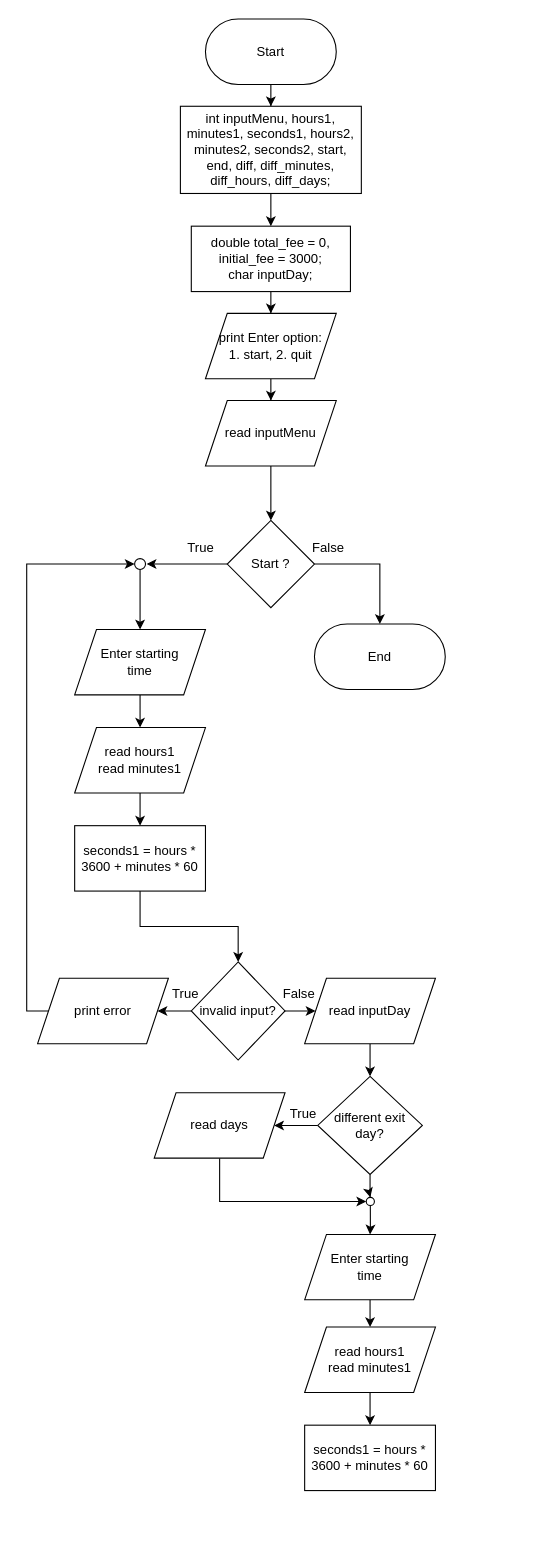
The draw.io diagram tugas 2/AuliaAnugrahAziz.drawio in auli-aziz/vtol-projects, before the edit. Source tidied: cells renumbered, new cells numbered last; positions are measured from the earlier drawing's top-left corner, leaving out a move shared by most shapes. Both pictures are drawn from the tidied source at 109%, with x=0, y=0 at pixel (26, 19).
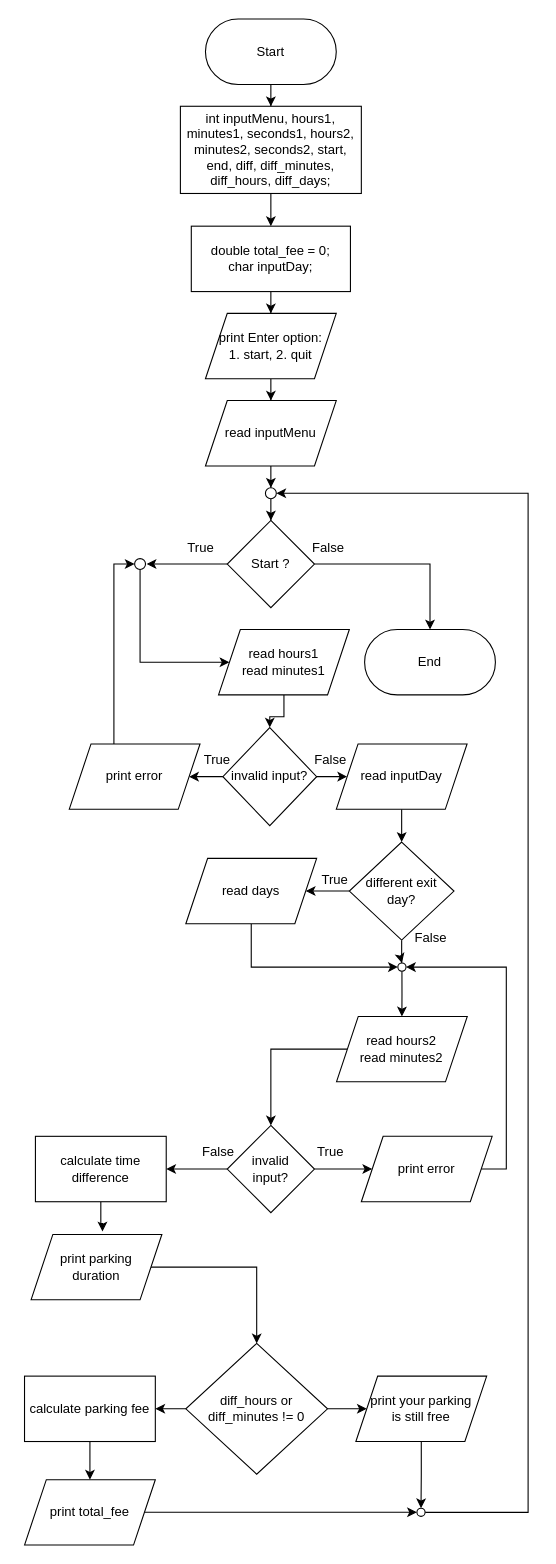
The same diagram, later.

The change refers to these unchanged cells:
```xml
<mxCell id="12" value="Start ?" style="rhombus;whiteSpace=wrap;html=1;" parent="1" vertex="1">
  <mxGeometry x="184" y="460" width="80" height="80" as="geometry" />
</mxCell>
<mxCell id="15" value="read inputMenu" style="shape=parallelogram;perimeter=parallelogramPerimeter;whiteSpace=wrap;html=1;fixedSize=1;" parent="1" vertex="1">
  <mxGeometry x="164" y="350" width="120" height="60" as="geometry" />
</mxCell>
<mxCell id="26" style="ellipse;whiteSpace=wrap;html=1;" parent="1" vertex="1">
  <mxGeometry x="99" y="495" width="10" height="10" as="geometry" />
</mxCell>
```

Change to the diagram source:
```diff
@@
-    <mxCell id="5" value="double total_fee = 0, initial_fee = 3000;&lt;br&gt;char inputDay;" style="rounded=0;whiteSpace=wrap;html=1;" parent="1" vertex="1">
+    <mxCell id="5" value="double total_fee = 0;&lt;br&gt;char inputDay;" style="rounded=0;whiteSpace=wrap;html=1;" parent="1" vertex="1">
       <mxGeometry x="151" y="190" width="146" height="60" as="geometry" />
     </mxCell>
@@
     <mxCell id="10" style="edgeStyle=orthogonalEdgeStyle;rounded=0;jettySize=auto;html=1;entryX=0.5;entryY=0;entryDx=0;entryDy=0;" parent="1" edge="1" source="12" target="13">
       <mxGeometry relative="1" as="geometry">
         <Array as="points">
-          <mxPoint x="324" y="500" />
+          <mxPoint x="370" y="500" />
         </Array>
       </mxGeometry>
     </mxCell>
@@
     <mxCell id="13" value="End" style="rounded=1;whiteSpace=wrap;html=1;arcSize=50;" parent="1" vertex="1">
-      <mxGeometry x="264" y="555" width="120" height="60" as="geometry" />
+      <mxGeometry x="310" y="560" width="120" height="60" as="geometry" />
     </mxCell>
-    <mxCell id="14" style="edgeStyle=orthogonalEdgeStyle;rounded=0;jettySize=auto;html=1;" parent="1" edge="1" source="15" target="12">
-      <mxGeometry relative="1" as="geometry" />
-    </mxCell>
+    <mxCell id="48" style="edgeStyle=orthogonalEdgeStyle;rounded=0;jettySize=auto;html=1;entryX=0.5;entryY=0;entryDx=0;entryDy=0;" parent="1" edge="1" source="15" target="68">
+      <mxGeometry relative="1" as="geometry" />
+    </mxCell>
@@
-    <mxCell id="16" style="edgeStyle=orthogonalEdgeStyle;rounded=0;jettySize=auto;html=1;entryX=0.5;entryY=0;entryDx=0;entryDy=0;" parent="1" edge="1" source="17" target="19">
-      <mxGeometry relative="1" as="geometry" />
-    </mxCell>
-    <mxCell id="17" value="Enter starting &lt;br&gt;time" style="shape=parallelogram;perimeter=parallelogramPerimeter;whiteSpace=wrap;html=1;fixedSize=1;" parent="1" vertex="1">
-      <mxGeometry x="44" y="560" width="120" height="60" as="geometry" />
-    </mxCell>
-    <mxCell id="18" style="edgeStyle=orthogonalEdgeStyle;rounded=0;jettySize=auto;html=1;entryX=0.5;entryY=0;entryDx=0;entryDy=0;" parent="1" edge="1" source="19" target="21">
-      <mxGeometry relative="1" as="geometry" />
-    </mxCell>
+    <mxCell id="49" style="edgeStyle=orthogonalEdgeStyle;rounded=0;jettySize=auto;html=1;entryX=0.5;entryY=0;entryDx=0;entryDy=0;" parent="1" edge="1" source="19" target="24">
+      <mxGeometry relative="1" as="geometry" />
+    </mxCell>
     <mxCell id="19" value="read hours1&lt;br&gt;read minutes1" style="shape=parallelogram;perimeter=parallelogramPerimeter;whiteSpace=wrap;html=1;fixedSize=1;" parent="1" vertex="1">
-      <mxGeometry x="44" y="650" width="120" height="60" as="geometry" />
+      <mxGeometry x="176" y="560" width="120" height="60" as="geometry" />
     </mxCell>
-    <mxCell id="20" style="edgeStyle=orthogonalEdgeStyle;rounded=0;jettySize=auto;html=1;entryX=0.5;entryY=0;entryDx=0;entryDy=0;" parent="1" edge="1" source="21" target="24">
-      <mxGeometry relative="1" as="geometry" />
-    </mxCell>
-    <mxCell id="21" value="seconds1 = hours * 3600 + minutes * 60" style="rounded=0;whiteSpace=wrap;html=1;" parent="1" vertex="1">
-      <mxGeometry x="44" y="740" width="120" height="60" as="geometry" />
-    </mxCell>
@@
     <mxCell id="24" value="invalid input?" style="rhombus;whiteSpace=wrap;html=1;" parent="1" vertex="1">
-      <mxGeometry x="151" y="865" width="86" height="90" as="geometry" />
+      <mxGeometry x="180" y="650" width="86" height="90" as="geometry" />
     </mxCell>
-    <mxCell id="25" style="edgeStyle=orthogonalEdgeStyle;rounded=0;jettySize=auto;html=1;entryX=0.5;entryY=0;entryDx=0;entryDy=0;" parent="1" edge="1" source="26" target="17">
-      <mxGeometry relative="1" as="geometry" />
+    <mxCell id="25" style="edgeStyle=orthogonalEdgeStyle;rounded=0;jettySize=auto;html=1;entryX=0;entryY=0.5;entryDx=0;entryDy=0;" parent="1" edge="1" source="26" target="19">
+      <mxGeometry relative="1" as="geometry">
+        <Array as="points">
+          <mxPoint x="104" y="590" />
+        </Array>
+      </mxGeometry>
     </mxCell>
@@
     <mxCell id="29" value="True" style="text;html=1;strokeColor=none;fillColor=none;align=center;verticalAlign=middle;whiteSpace=wrap;rounded=0;" parent="1" vertex="1">
-      <mxGeometry x="116" y="880" width="60" height="30" as="geometry" />
+      <mxGeometry x="145" y="665" width="60" height="30" as="geometry" />
     </mxCell>
     <mxCell id="30" style="edgeStyle=orthogonalEdgeStyle;rounded=0;jettySize=auto;html=1;entryX=0;entryY=0.5;entryDx=0;entryDy=0;" parent="1" edge="1" source="31" target="26">
       <mxGeometry relative="1" as="geometry">
         <Array as="points">
-          <mxPoint y="910" />
-          <mxPoint y="500" />
+          <mxPoint x="80" y="500" />
         </Array>
       </mxGeometry>
     </mxCell>
     <mxCell id="31" value="print error" style="shape=parallelogram;perimeter=parallelogramPerimeter;whiteSpace=wrap;html=1;fixedSize=1;" parent="1" vertex="1">
-      <mxGeometry x="10" y="880" width="120" height="60" as="geometry" />
+      <mxGeometry x="39" y="665" width="120" height="60" as="geometry" />
     </mxCell>
@@
     <mxCell id="33" value="read inputDay" style="shape=parallelogram;perimeter=parallelogramPerimeter;whiteSpace=wrap;html=1;fixedSize=1;" parent="1" vertex="1">
-      <mxGeometry x="255" y="880" width="120" height="60" as="geometry" />
+      <mxGeometry x="284" y="665" width="120" height="60" as="geometry" />
     </mxCell>
     <mxCell id="34" value="False" style="text;html=1;strokeColor=none;fillColor=none;align=center;verticalAlign=middle;whiteSpace=wrap;rounded=0;" parent="1" vertex="1">
-      <mxGeometry x="220" y="880" width="60" height="30" as="geometry" />
+      <mxGeometry x="249" y="665" width="60" height="30" as="geometry" />
     </mxCell>
@@
     <mxCell id="37" value="different exit day?" style="rhombus;whiteSpace=wrap;html=1;" parent="1" vertex="1">
-      <mxGeometry x="267" y="970" width="96" height="90" as="geometry" />
+      <mxGeometry x="296" y="755" width="96" height="90" as="geometry" />
     </mxCell>
     <mxCell id="38" style="edgeStyle=orthogonalEdgeStyle;rounded=0;jettySize=auto;html=1;entryX=0;entryY=0.5;entryDx=0;entryDy=0;" parent="1" edge="1" source="39" target="47">
       <mxGeometry relative="1" as="geometry">
         <Array as="points">
-          <mxPoint x="177" y="1085" />
+          <mxPoint x="206" y="870" />
         </Array>
       </mxGeometry>
     </mxCell>
     <mxCell id="39" value="read days" style="shape=parallelogram;perimeter=parallelogramPerimeter;whiteSpace=wrap;html=1;fixedSize=1;" parent="1" vertex="1">
-      <mxGeometry x="117" y="985" width="120" height="60" as="geometry" />
+      <mxGeometry x="146" y="770" width="120" height="60" as="geometry" />
     </mxCell>
     <mxCell id="40" value="True" style="text;html=1;strokeColor=none;fillColor=none;align=center;verticalAlign=middle;whiteSpace=wrap;rounded=0;" parent="1" vertex="1">
-      <mxGeometry x="224" y="990" width="60" height="30" as="geometry" />
+      <mxGeometry x="253" y="775" width="60" height="30" as="geometry" />
     </mxCell>
-    <mxCell id="41" style="edgeStyle=orthogonalEdgeStyle;rounded=0;jettySize=auto;html=1;entryX=0.5;entryY=0;entryDx=0;entryDy=0;" parent="1" edge="1" source="42" target="44">
-      <mxGeometry relative="1" as="geometry" />
-    </mxCell>
-    <mxCell id="42" value="Enter starting &lt;br&gt;time" style="shape=parallelogram;perimeter=parallelogramPerimeter;whiteSpace=wrap;html=1;fixedSize=1;" parent="1" vertex="1">
-      <mxGeometry x="255" y="1115" width="120" height="60" as="geometry" />
-    </mxCell>
-    <mxCell id="43" style="edgeStyle=orthogonalEdgeStyle;rounded=0;jettySize=auto;html=1;entryX=0.5;entryY=0;entryDx=0;entryDy=0;" parent="1" edge="1" source="44" target="45">
-      <mxGeometry relative="1" as="geometry" />
-    </mxCell>
+    <mxCell id="50" style="edgeStyle=orthogonalEdgeStyle;rounded=0;jettySize=auto;html=1;entryX=0.5;entryY=0;entryDx=0;entryDy=0;" parent="1" edge="1" source="44" target="54">
+      <mxGeometry relative="1" as="geometry" />
+    </mxCell>
-    <mxCell id="44" value="read hours1&lt;br&gt;read minutes1" style="shape=parallelogram;perimeter=parallelogramPerimeter;whiteSpace=wrap;html=1;fixedSize=1;" parent="1" vertex="1">
-      <mxGeometry x="255" y="1200" width="120" height="60" as="geometry" />
+    <mxCell id="44" value="read hours2&lt;br style=&quot;border-color: var(--border-color);&quot;&gt;read minutes2" style="shape=parallelogram;perimeter=parallelogramPerimeter;whiteSpace=wrap;html=1;fixedSize=1;" parent="1" vertex="1">
+      <mxGeometry x="284.2" y="915" width="120" height="60" as="geometry" />
     </mxCell>
-    <mxCell id="45" value="seconds1 = hours * 3600 + minutes * 60" style="rounded=0;whiteSpace=wrap;html=1;" parent="1" vertex="1">
-      <mxGeometry x="255" y="1290" width="120" height="60" as="geometry" />
-    </mxCell>
-    <mxCell id="46" style="edgeStyle=orthogonalEdgeStyle;rounded=0;jettySize=auto;html=1;entryX=0.5;entryY=0;entryDx=0;entryDy=0;" parent="1" edge="1" source="47" target="42">
-      <mxGeometry relative="1" as="geometry" />
-    </mxCell>
+    <mxCell id="51" style="edgeStyle=orthogonalEdgeStyle;rounded=0;jettySize=auto;html=1;entryX=0.5;entryY=0;entryDx=0;entryDy=0;" parent="1" edge="1" source="47" target="44">
+      <mxGeometry relative="1" as="geometry" />
+    </mxCell>
     <mxCell id="47" style="ellipse;whiteSpace=wrap;html=1;" parent="1" vertex="1">
-      <mxGeometry x="311.5" y="1081" width="7.5" height="7.5" as="geometry" />
+      <mxGeometry x="340.5" y="866" width="7.5" height="7.5" as="geometry" />
     </mxCell>
+    <mxCell id="52" style="edgeStyle=orthogonalEdgeStyle;rounded=0;jettySize=auto;html=1;entryX=1;entryY=0.5;entryDx=0;entryDy=0;" parent="1" edge="1" source="54" target="57">
+      <mxGeometry relative="1" as="geometry" />
+    </mxCell>
+    <mxCell id="53" style="edgeStyle=orthogonalEdgeStyle;rounded=0;jettySize=auto;html=1;entryX=0;entryY=0.5;entryDx=0;entryDy=0;" parent="1" edge="1" source="54" target="76">
+      <mxGeometry relative="1" as="geometry" />
+    </mxCell>
+    <mxCell id="54" value="invalid &lt;br&gt;input?" style="rhombus;whiteSpace=wrap;html=1;" parent="1" vertex="1">
+      <mxGeometry x="184" y="1015" width="80" height="80" as="geometry" />
+    </mxCell>
+    <mxCell id="55" value="True" style="text;html=1;strokeColor=none;fillColor=none;align=center;verticalAlign=middle;whiteSpace=wrap;rounded=0;" parent="1" vertex="1">
+      <mxGeometry x="249" y="1025" width="60" height="30" as="geometry" />
+    </mxCell>
+    <mxCell id="56" style="edgeStyle=orthogonalEdgeStyle;rounded=0;jettySize=auto;html=1;entryX=0.546;entryY=-0.045;entryDx=0;entryDy=0;entryPerimeter=0;" parent="1" edge="1" source="57" target="64">
+      <mxGeometry relative="1" as="geometry" />
+    </mxCell>
+    <mxCell id="57" value="calculate time difference" style="rounded=0;whiteSpace=wrap;html=1;" parent="1" vertex="1">
+      <mxGeometry x="8" y="1025" width="120" height="60" as="geometry" />
+    </mxCell>
+    <mxCell id="58" value="False" style="text;html=1;strokeColor=none;fillColor=none;align=center;verticalAlign=middle;whiteSpace=wrap;rounded=0;" parent="1" vertex="1">
+      <mxGeometry x="146" y="1025" width="60" height="30" as="geometry" />
+    </mxCell>
+    <mxCell id="59" value="False" style="text;html=1;strokeColor=none;fillColor=none;align=center;verticalAlign=middle;whiteSpace=wrap;rounded=0;" parent="1" vertex="1">
+      <mxGeometry x="340.5" y="828" width="60" height="30" as="geometry" />
+    </mxCell>
+    <mxCell id="60" style="edgeStyle=orthogonalEdgeStyle;rounded=0;jettySize=auto;html=1;" parent="1" edge="1" source="62" target="66">
+      <mxGeometry relative="1" as="geometry" />
+    </mxCell>
+    <mxCell id="61" style="edgeStyle=orthogonalEdgeStyle;rounded=0;jettySize=auto;html=1;entryX=0;entryY=0.5;entryDx=0;entryDy=0;" parent="1" edge="1" source="62" target="70">
+      <mxGeometry relative="1" as="geometry" />
+    </mxCell>
+    <mxCell id="62" value="diff_hours or diff_minutes != 0" style="rhombus;whiteSpace=wrap;html=1;" parent="1" vertex="1">
+      <mxGeometry x="146" y="1215" width="130" height="120" as="geometry" />
+    </mxCell>
+    <mxCell id="63" style="edgeStyle=orthogonalEdgeStyle;rounded=0;jettySize=auto;html=1;entryX=0.5;entryY=0;entryDx=0;entryDy=0;" parent="1" edge="1" source="64" target="62">
+      <mxGeometry relative="1" as="geometry" />
+    </mxCell>
+    <mxCell id="64" value="print parking&lt;br&gt;duration" style="shape=parallelogram;perimeter=parallelogramPerimeter;whiteSpace=wrap;html=1;fixedSize=1;" parent="1" vertex="1">
+      <mxGeometry x="4" y="1115" width="120" height="60" as="geometry" />
+    </mxCell>
+    <mxCell id="65" style="edgeStyle=orthogonalEdgeStyle;rounded=0;jettySize=auto;html=1;entryX=0.5;entryY=0;entryDx=0;entryDy=0;" parent="1" edge="1" source="66" target="72">
+      <mxGeometry relative="1" as="geometry" />
+    </mxCell>
+    <mxCell id="66" value="calculate parking fee" style="rounded=0;whiteSpace=wrap;html=1;" parent="1" vertex="1">
+      <mxGeometry x="-2" y="1245" width="120" height="60" as="geometry" />
+    </mxCell>
+    <mxCell id="67" style="edgeStyle=orthogonalEdgeStyle;rounded=0;jettySize=auto;html=1;entryX=0.5;entryY=0;entryDx=0;entryDy=0;" parent="1" edge="1" source="68" target="12">
+      <mxGeometry relative="1" as="geometry" />
+    </mxCell>
+    <mxCell id="68" style="ellipse;whiteSpace=wrap;html=1;" parent="1" vertex="1">
+      <mxGeometry x="219" y="430" width="10" height="10" as="geometry" />
+    </mxCell>
+    <mxCell id="69" style="edgeStyle=orthogonalEdgeStyle;rounded=0;jettySize=auto;html=1;entryX=0.5;entryY=0;entryDx=0;entryDy=0;" parent="1" edge="1" source="70" target="74">
+      <mxGeometry relative="1" as="geometry" />
+    </mxCell>
+    <mxCell id="70" value="print your parking&lt;br&gt;is still free" style="shape=parallelogram;perimeter=parallelogramPerimeter;whiteSpace=wrap;html=1;fixedSize=1;" parent="1" vertex="1">
+      <mxGeometry x="302" y="1245" width="120" height="60" as="geometry" />
+    </mxCell>
+    <mxCell id="71" style="edgeStyle=orthogonalEdgeStyle;rounded=0;jettySize=auto;html=1;entryX=0;entryY=0.5;entryDx=0;entryDy=0;" parent="1" edge="1" source="72" target="74">
+      <mxGeometry relative="1" as="geometry" />
+    </mxCell>
+    <mxCell id="72" value="print total_fee" style="shape=parallelogram;perimeter=parallelogramPerimeter;whiteSpace=wrap;html=1;fixedSize=1;" parent="1" vertex="1">
+      <mxGeometry x="-2" y="1340" width="120" height="60" as="geometry" />
+    </mxCell>
+    <mxCell id="73" style="edgeStyle=orthogonalEdgeStyle;rounded=0;jettySize=auto;html=1;entryX=1;entryY=0.5;entryDx=0;entryDy=0;" parent="1" edge="1" source="74" target="68">
+      <mxGeometry relative="1" as="geometry">
+        <Array as="points">
+          <mxPoint x="460" y="1370" />
+          <mxPoint x="460" y="435" />
+        </Array>
+      </mxGeometry>
+    </mxCell>
+    <mxCell id="74" style="ellipse;whiteSpace=wrap;html=1;" parent="1" vertex="1">
+      <mxGeometry x="358" y="1366.2" width="7.5" height="7.5" as="geometry" />
+    </mxCell>
+    <mxCell id="75" style="edgeStyle=orthogonalEdgeStyle;rounded=0;jettySize=auto;html=1;entryX=1;entryY=0.5;entryDx=0;entryDy=0;" parent="1" edge="1" source="76" target="47">
+      <mxGeometry relative="1" as="geometry">
+        <Array as="points">
+          <mxPoint x="440" y="1055" />
+          <mxPoint x="440" y="870" />
+        </Array>
+      </mxGeometry>
+    </mxCell>
+    <mxCell id="76" value="print error" style="shape=parallelogram;perimeter=parallelogramPerimeter;whiteSpace=wrap;html=1;fixedSize=1;" parent="1" vertex="1">
+      <mxGeometry x="307" y="1025" width="120" height="60" as="geometry" />
+    </mxCell>
```
